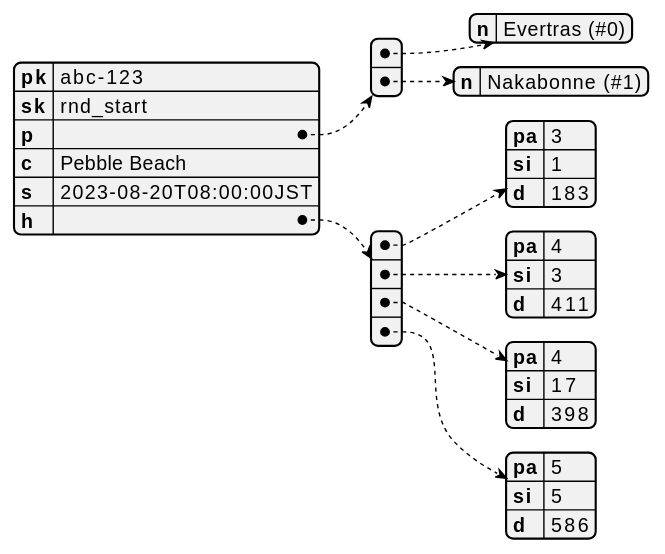
This is docs/diagrams/event_round_start.svg from Evertras/live-leaderboards, a PlantUML export, as it was before one commit.
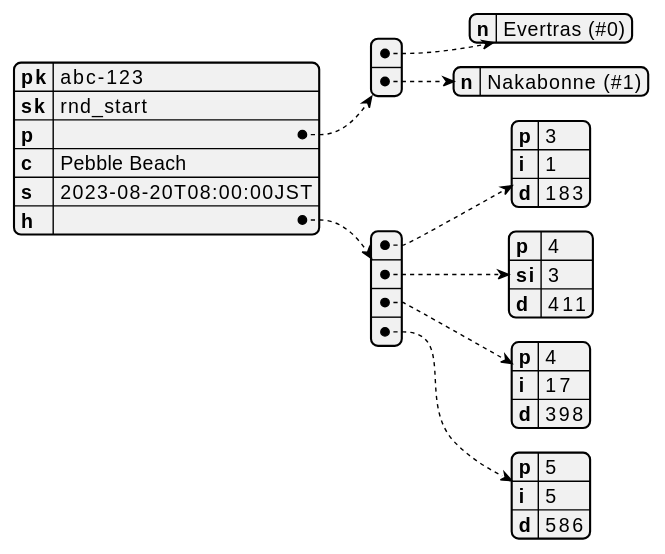
After the change.

Diff of the diagram source:
```diff
@@ -8,17 +8,17 @@
 c: Pebble Beach
 s: 2023-08-20T08:00:00JST
 h:
-  - pa: 3
-    si: 1
+  - p: 3
+    i: 1
     d: 183
-  - pa: 4
+  - p: 4
     si: 3
     d: 411
-  - pa: 4
-    si: 17
+  - p: 4
+    i: 17
     d: 398
-  - pa: 5
-    si: 5
+  - p: 5
+    i: 5
     d: 586
 
 @endyaml
```
